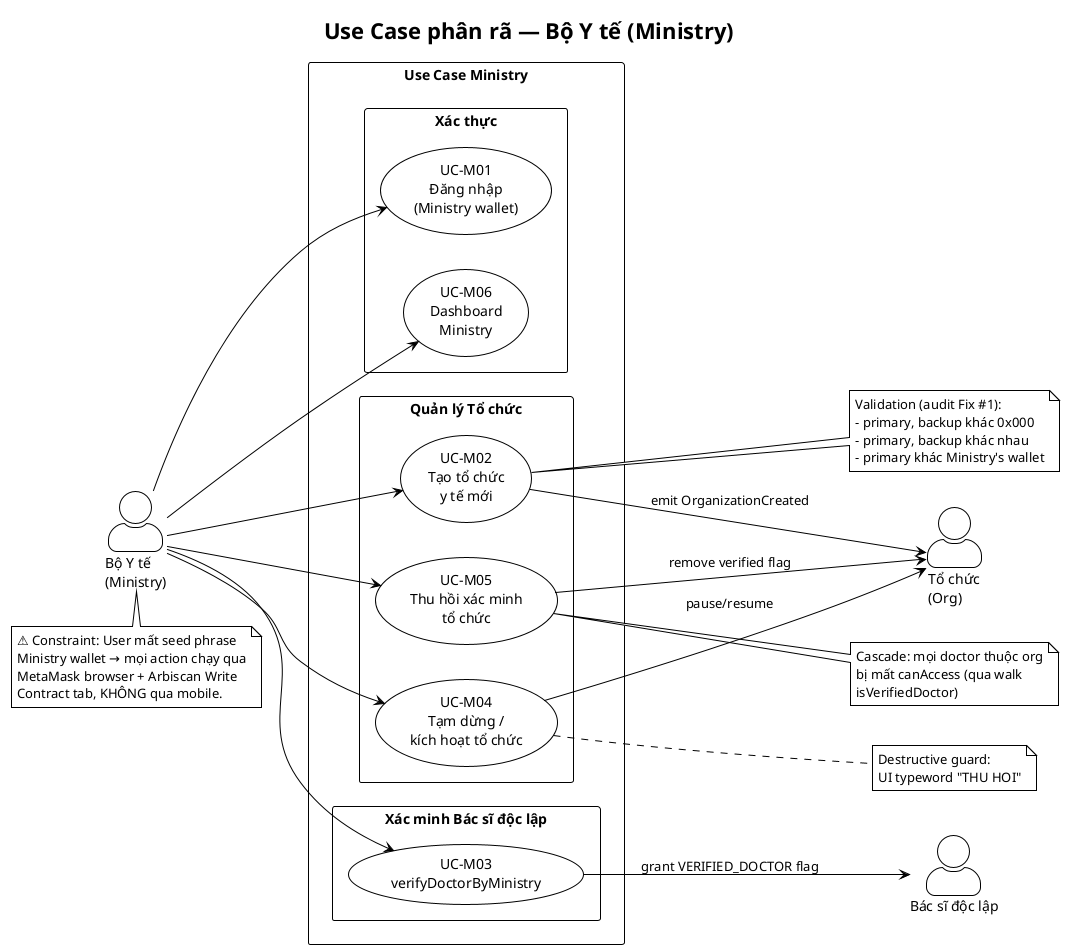
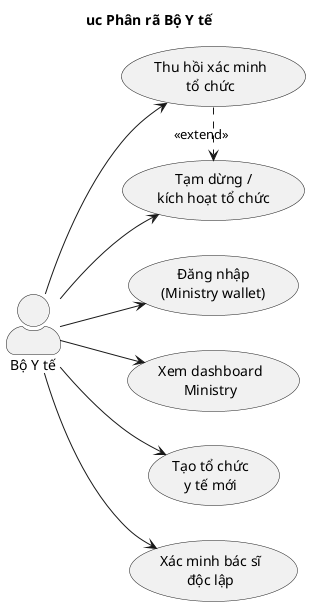
- @startuml usecase-ministry
- !theme plain
+ @startuml uc-bo-y-te
+ title uc Phân rã Bộ Y tế
left to right direction
skinparam packageStyle rectangle
skinparam actorStyle awesome
- title Use Case phân rã — Bộ Y tế (Ministry)

- actor "Bộ Y tế\n(Ministry)" as Ministry
- actor "Tổ chức\n(Org)" as Org
- actor "Bác sĩ độc lập" as Doctor
+ actor "Bộ Y tế" as Ministry

- rectangle "Use Case Ministry" {
+ usecase "Đăng nhập\n(Ministry wallet)" as UC_Login
+ usecase "Xem dashboard\nMinistry" as UC_Dashboard

-   package "Xác thực" {
-     usecase "UC-M01\nĐăng nhập\n(Ministry wallet)" as UCM01
-     usecase "UC-M06\nDashboard\nMinistry" as UCM06
-   }
+ usecase "Tạo tổ chức\ny tế mới" as UC_CreateOrg
+ usecase "Tạm dừng /\nkích hoạt tổ chức" as UC_SetOrgActive
+ usecase "Thu hồi xác minh\ntổ chức" as UC_RevokeOrg

-   package "Quản lý Tổ chức" {
-     usecase "UC-M02\nTạo tổ chức\ny tế mới" as UCM02
-     usecase "UC-M04\nTạm dừng /\nkích hoạt tổ chức" as UCM04
-     usecase "UC-M05\nThu hồi xác minh\ntổ chức" as UCM05
-   }
+ usecase "Xác minh bác sĩ\nđộc lập" as UC_VerifyDoctor

-   package "Xác minh Bác sĩ độc lập" {
-     usecase "UC-M03\nverifyDoctorByMinistry" as UCM03
-   }
- }
+ Ministry --> UC_Login
+ Ministry --> UC_Dashboard
+ Ministry --> UC_CreateOrg
+ Ministry --> UC_SetOrgActive
+ Ministry --> UC_RevokeOrg
+ Ministry --> UC_VerifyDoctor

- Ministry --> UCM01
- Ministry --> UCM02
- Ministry --> UCM03
- Ministry --> UCM04
- Ministry --> UCM05
- Ministry --> UCM06
- 
- UCM02 --> Org : emit OrganizationCreated
- UCM03 --> Doctor : grant VERIFIED_DOCTOR flag
- UCM04 --> Org : pause/resume
- UCM05 --> Org : remove verified flag
- 
- note right of UCM02
-   Validation (audit Fix #1):
-   - primary, backup khác 0x000
-   - primary, backup khác nhau
-   - primary khác Ministry's wallet
- end note
- 
- note right of UCM04
-   Destructive guard:
-   UI typeword "THU HOI"
- end note
- 
- note right of UCM05
-   Cascade: mọi doctor thuộc org
-   bị mất canAccess (qua walk
-   isVerifiedDoctor)
- end note
- 
- note bottom of Ministry
-   ⚠ Constraint: User mất seed phrase
-   Ministry wallet → mọi action chạy qua
-   MetaMask browser + Arbiscan Write
-   Contract tab, KHÔNG qua mobile.
- end note
+ UC_RevokeOrg    .> UC_SetOrgActive : <<extend>>

@enduml
